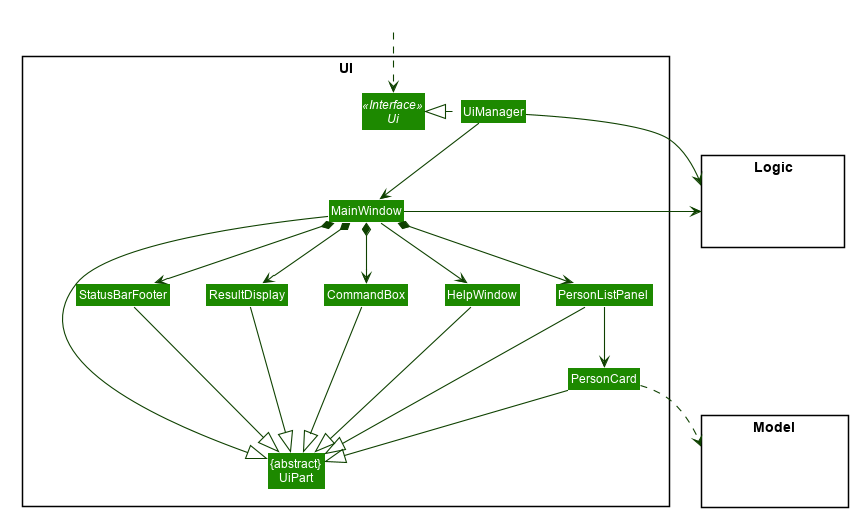
Before: docs/images/UiClassDiagram.png, a diagram exported from PlantUML (nus-cs2103-AY1920S1/addressbook-level3).
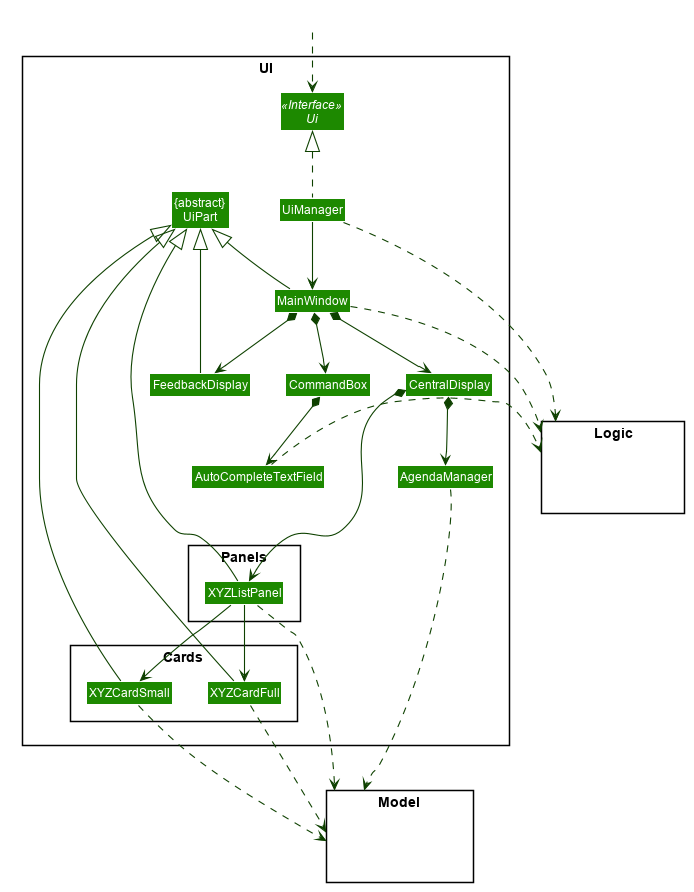
After the commit.

Change to the diagram source:
```diff
@@ -56,12 +56,18 @@
 Class "{abstract}\nUiPart" as UiPart
 Class UiManager
 Class MainWindow
-Class HelpWindow
-Class ResultDisplay
-Class PersonListPanel
-Class PersonCard
-Class StatusBarFooter
+Class CentralDisplay
+Class FeedbackDisplay
 Class CommandBox
+Class AutoCompleteTextField
+Class AgendaManager
+    package Panels {
+        Class XYZListPanel
+    }
+    package Cards {
+        Class XYZCardFull
+        Class XYZCardSmall
+    }
 }
 
 package Model <<Rectangle>> {
@@ -75,33 +81,37 @@
 Class HiddenOutside #FFFFFF
 HiddenOutside ..> Ui
 
-UiManager .left.|> Ui
+UiPart -[hidden] UiManager
+
+UiManager .up.|> Ui
 UiManager -down-> MainWindow
-MainWindow --> HelpWindow
 MainWindow *-down-> CommandBox
-MainWindow *-down-> ResultDisplay
-MainWindow *-down-> PersonListPanel
-MainWindow *-down-> StatusBarFooter
+MainWindow *-down-> FeedbackDisplay
+MainWindow *-down-> CentralDisplay
+CentralDisplay *-down-> AgendaManager
+CentralDisplay *-down-> XYZListPanel
+CommandBox *-down-> AutoCompleteTextField
 
-PersonListPanel -down-> PersonCard
+MainWindow -up-|> UiPart
+FeedbackDisplay -up-|> UiPart
+XYZCardFull -up-|> UiPart
+XYZCardSmall -up-|> UiPart
+XYZListPanel -up----|> UiPart
 
-MainWindow -left-|> UiPart
+UiManager .right.> Logic
+MainWindow .right.> Logic
+AutoCompleteTextField .right.> Logic
 
-ResultDisplay --|> UiPart
-CommandBox --|> UiPart
-PersonListPanel --|> UiPart
-PersonCard --|> UiPart
-StatusBarFooter --|> UiPart
-HelpWindow -down-|> UiPart
+XYZCardFull ..> Model
+XYZCardSmall ..>  Model
+XYZListPanel ....>  Model
+AgendaManager .[hidden].>  Model
+AgendaManager ..>  Model
 
-PersonCard ..> Model
-UiManager -right-> Logic
-MainWindow -left-> Logic
+XYZListPanel -->  XYZCardSmall
+XYZListPanel -->  XYZCardFull
 
-PersonListPanel -[hidden]left- HelpWindow
-HelpWindow -[hidden]left- CommandBox
-CommandBox -[hidden]left- ResultDisplay
-ResultDisplay -[hidden]left- StatusBarFooter
+CommandBox -[hidden]left- FeedbackDisplay
 
 MainWindow -[hidden]-|> UiPart
 @enduml
```
